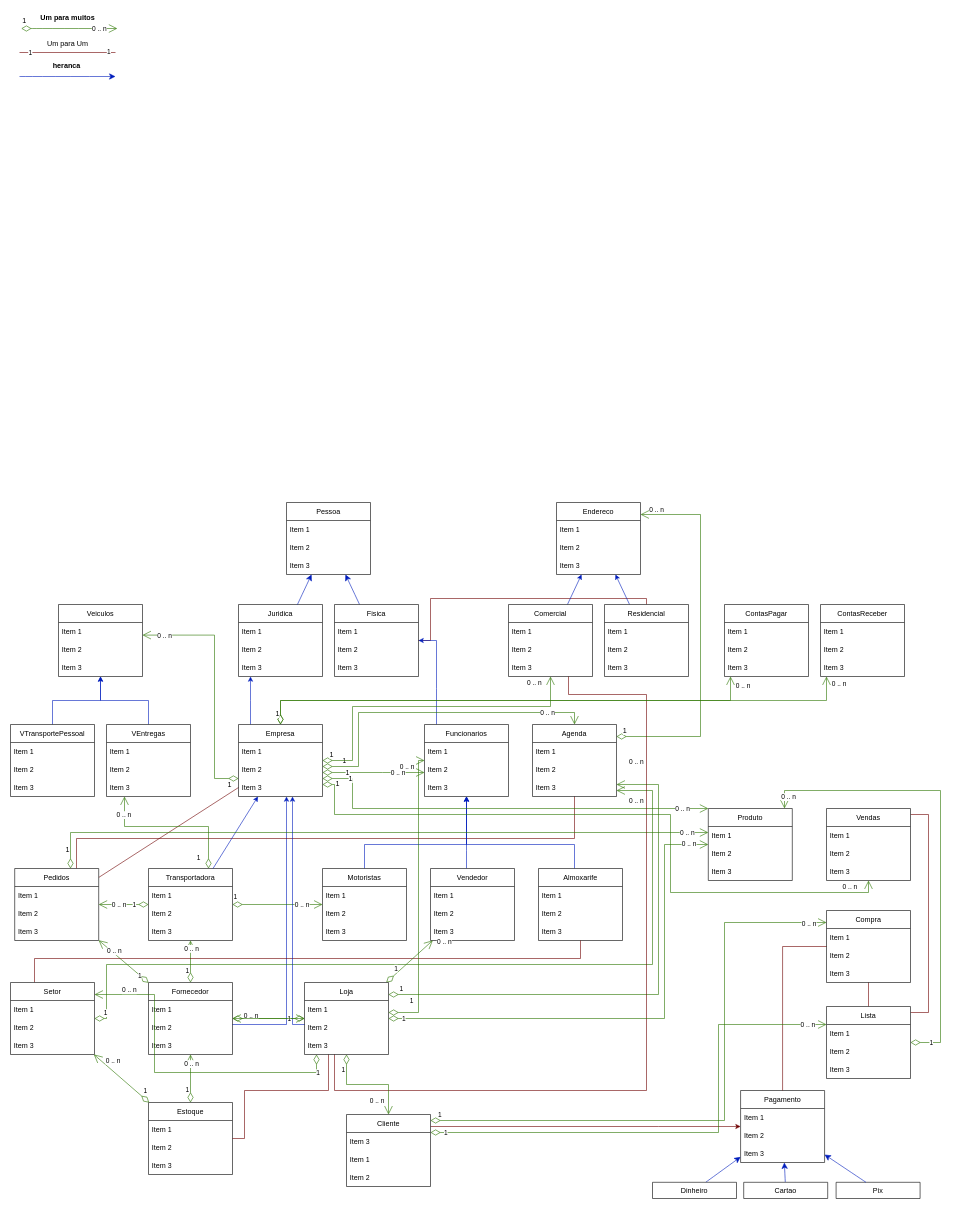
1Kibe/Diagramas keeps this draw.io diagram as Produtos naturais.drawio. Above is the earlier version. Source tidied: cells renumbered, new cells numbered last; positions are measured from the earlier drawing's top-left corner, leaving out a move shared by most shapes. Both pictures are drawn from the tidied source at 60%, with x=0, y=0 at pixel (10, 10).
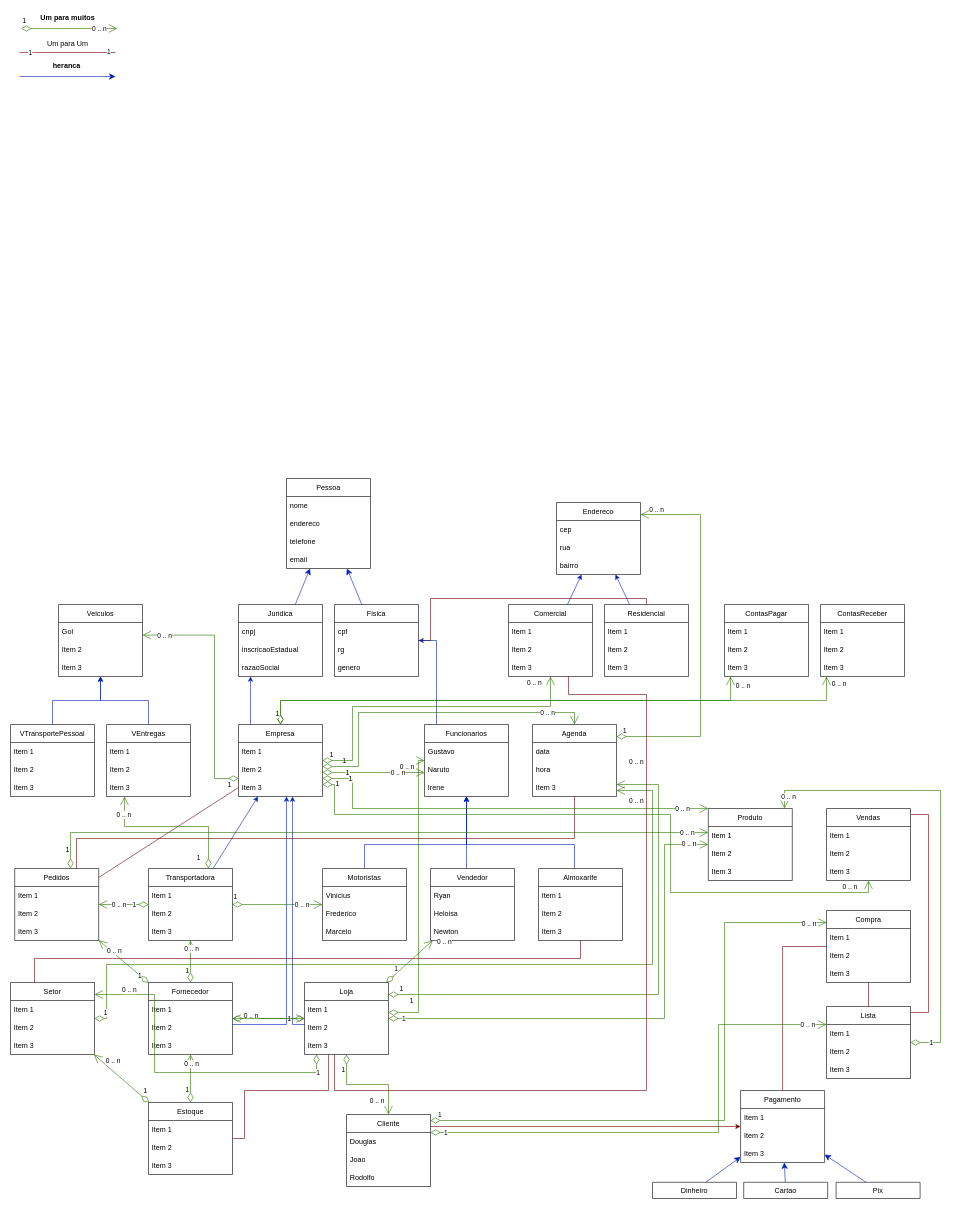
Above is the later version.

The change refers to these unchanged cells:
```xml
<mxCell id="11" value="Cliente" style="swimlane;fontStyle=0;horizontal=1;startSize=30;whiteSpace=wrap;html=1;" parent="1" vertex="1">
  <mxGeometry x="560" y="1840" width="140" height="120" as="geometry" />
</mxCell>
<mxCell id="61" value="Fisica" style="swimlane;fontStyle=0;horizontal=1;startSize=30;whiteSpace=wrap;html=1;" parent="1" vertex="1">
  <mxGeometry x="540" y="990" width="140" height="120" as="geometry" />
</mxCell>
<mxCell id="65" value="Juridica" style="swimlane;fontStyle=0;horizontal=1;startSize=30;whiteSpace=wrap;html=1;" parent="1" vertex="1">
  <mxGeometry x="380" y="990" width="140" height="120" as="geometry" />
</mxCell>
<mxCell id="76" value="Motoristas" style="swimlane;fontStyle=0;horizontal=1;startSize=30;whiteSpace=wrap;html=1;" parent="1" vertex="1">
  <mxGeometry x="520" y="1430" width="140" height="120" as="geometry" />
</mxCell>
<mxCell id="81" value="Funcionarios" style="swimlane;fontStyle=0;horizontal=1;startSize=30;whiteSpace=wrap;html=1;" parent="1" vertex="1">
  <mxGeometry x="690" y="1190" width="140" height="120" as="geometry" />
</mxCell>
<mxCell id="93" value="Vendedor" style="swimlane;fontStyle=0;horizontal=1;startSize=30;whiteSpace=wrap;html=1;" parent="1" vertex="1">
  <mxGeometry x="700" y="1430" width="140" height="120" as="geometry" />
</mxCell>
<mxCell id="104" value="Agenda" style="swimlane;fontStyle=0;horizontal=1;startSize=30;whiteSpace=wrap;html=1;perimeterSpacing=0;" parent="1" vertex="1">
  <mxGeometry x="870" y="1190" width="140" height="120" as="geometry" />
</mxCell>
<mxCell id="110" value="Veiculos" style="swimlane;fontStyle=0;horizontal=1;startSize=30;whiteSpace=wrap;html=1;" parent="1" vertex="1">
  <mxGeometry x="80" y="990" width="140" height="120" as="geometry" />
</mxCell>
<mxCell id="134" value="Endereco" style="swimlane;fontStyle=0;horizontal=1;startSize=30;whiteSpace=wrap;html=1;" parent="1" vertex="1">
  <mxGeometry x="910" y="820" width="140" height="120" as="geometry" />
</mxCell>
```

Change to the diagram source:
```diff
@@
-    <mxCell id="12" value="Item 3" style="text;strokeColor=none;fillColor=none;align=left;verticalAlign=middle;spacingLeft=4;spacingRight=4;overflow=hidden;whiteSpace=wrap;html=1;" parent="11" vertex="1">
+    <mxCell id="12" value="Douglas" style="text;strokeColor=none;fillColor=none;align=left;verticalAlign=middle;spacingLeft=4;spacingRight=4;overflow=hidden;whiteSpace=wrap;html=1;" parent="11" vertex="1">
       <mxGeometry y="30" width="140" height="30" as="geometry" />
     </mxCell>
-    <mxCell id="13" value="Item 1" style="text;strokeColor=none;fillColor=none;align=left;verticalAlign=middle;spacingLeft=4;spacingRight=4;overflow=hidden;whiteSpace=wrap;html=1;" parent="11" vertex="1">
+    <mxCell id="13" value="Joao" style="text;strokeColor=none;fillColor=none;align=left;verticalAlign=middle;spacingLeft=4;spacingRight=4;overflow=hidden;whiteSpace=wrap;html=1;" parent="11" vertex="1">
       <mxGeometry y="60" width="140" height="30" as="geometry" />
     </mxCell>
-    <mxCell id="14" value="Item 2" style="text;strokeColor=none;fillColor=none;align=left;verticalAlign=middle;spacingLeft=4;spacingRight=4;overflow=hidden;whiteSpace=wrap;html=1;" parent="11" vertex="1">
+    <mxCell id="14" value="Rodolfo" style="text;strokeColor=none;fillColor=none;align=left;verticalAlign=middle;spacingLeft=4;spacingRight=4;overflow=hidden;whiteSpace=wrap;html=1;" parent="11" vertex="1">
       <mxGeometry y="90" width="140" height="30" as="geometry" />
     </mxCell>
@@
     <mxCell id="55" value="Pessoa" style="swimlane;fontStyle=0;horizontal=1;startSize=30;whiteSpace=wrap;html=1;" parent="1" vertex="1">
-      <mxGeometry x="460" y="820" width="140" height="120" as="geometry" />
+      <mxGeometry x="460" y="780" width="140" height="150" as="geometry" />
     </mxCell>
-    <mxCell id="56" value="Item 1" style="text;strokeColor=none;fillColor=none;align=left;verticalAlign=middle;spacingLeft=4;spacingRight=4;overflow=hidden;whiteSpace=wrap;html=1;" parent="55" vertex="1">
+    <mxCell id="56" value="nome" style="text;strokeColor=none;fillColor=none;align=left;verticalAlign=middle;spacingLeft=4;spacingRight=4;overflow=hidden;whiteSpace=wrap;html=1;" parent="55" vertex="1">
       <mxGeometry y="30" width="140" height="30" as="geometry" />
     </mxCell>
-    <mxCell id="57" value="Item 2" style="text;strokeColor=none;fillColor=none;align=left;verticalAlign=middle;spacingLeft=4;spacingRight=4;overflow=hidden;whiteSpace=wrap;html=1;" parent="55" vertex="1">
+    <mxCell id="57" value="endereco" style="text;strokeColor=none;fillColor=none;align=left;verticalAlign=middle;spacingLeft=4;spacingRight=4;overflow=hidden;whiteSpace=wrap;html=1;" parent="55" vertex="1">
       <mxGeometry y="60" width="140" height="30" as="geometry" />
     </mxCell>
+    <mxCell id="216" value="telefone" style="text;strokeColor=none;fillColor=none;align=left;verticalAlign=middle;spacingLeft=4;spacingRight=4;overflow=hidden;whiteSpace=wrap;html=1;" parent="55" vertex="1">
+      <mxGeometry y="90" width="140" height="30" as="geometry" />
+    </mxCell>
-    <mxCell id="58" value="Item 3" style="text;strokeColor=none;fillColor=none;align=left;verticalAlign=middle;spacingLeft=4;spacingRight=4;overflow=hidden;whiteSpace=wrap;html=1;" parent="55" vertex="1">
-      <mxGeometry y="90" width="140" height="30" as="geometry" />
+    <mxCell id="58" value="email" style="text;strokeColor=none;fillColor=none;align=left;verticalAlign=middle;spacingLeft=4;spacingRight=4;overflow=hidden;whiteSpace=wrap;html=1;" parent="55" vertex="1">
+      <mxGeometry y="120" width="140" height="30" as="geometry" />
     </mxCell>
@@
-    <mxCell id="62" value="Item 1" style="text;strokeColor=none;fillColor=none;align=left;verticalAlign=middle;spacingLeft=4;spacingRight=4;overflow=hidden;whiteSpace=wrap;html=1;" parent="61" vertex="1">
+    <mxCell id="62" value="cpf" style="text;strokeColor=none;fillColor=none;align=left;verticalAlign=middle;spacingLeft=4;spacingRight=4;overflow=hidden;whiteSpace=wrap;html=1;" parent="61" vertex="1">
       <mxGeometry y="30" width="140" height="30" as="geometry" />
     </mxCell>
-    <mxCell id="63" value="Item 2" style="text;strokeColor=none;fillColor=none;align=left;verticalAlign=middle;spacingLeft=4;spacingRight=4;overflow=hidden;whiteSpace=wrap;html=1;" parent="61" vertex="1">
+    <mxCell id="63" value="rg" style="text;strokeColor=none;fillColor=none;align=left;verticalAlign=middle;spacingLeft=4;spacingRight=4;overflow=hidden;whiteSpace=wrap;html=1;" parent="61" vertex="1">
       <mxGeometry y="60" width="140" height="30" as="geometry" />
     </mxCell>
-    <mxCell id="64" value="Item 3" style="text;strokeColor=none;fillColor=none;align=left;verticalAlign=middle;spacingLeft=4;spacingRight=4;overflow=hidden;whiteSpace=wrap;html=1;" parent="61" vertex="1">
+    <mxCell id="64" value="genero" style="text;strokeColor=none;fillColor=none;align=left;verticalAlign=middle;spacingLeft=4;spacingRight=4;overflow=hidden;whiteSpace=wrap;html=1;" parent="61" vertex="1">
       <mxGeometry y="90" width="140" height="30" as="geometry" />
     </mxCell>
@@
-    <mxCell id="66" value="Item 1" style="text;strokeColor=none;fillColor=none;align=left;verticalAlign=middle;spacingLeft=4;spacingRight=4;overflow=hidden;whiteSpace=wrap;html=1;" parent="65" vertex="1">
+    <mxCell id="66" value="cnpj" style="text;strokeColor=none;fillColor=none;align=left;verticalAlign=middle;spacingLeft=4;spacingRight=4;overflow=hidden;whiteSpace=wrap;html=1;" parent="65" vertex="1">
       <mxGeometry y="30" width="140" height="30" as="geometry" />
     </mxCell>
-    <mxCell id="67" value="Item 2" style="text;strokeColor=none;fillColor=none;align=left;verticalAlign=middle;spacingLeft=4;spacingRight=4;overflow=hidden;whiteSpace=wrap;html=1;" parent="65" vertex="1">
+    <mxCell id="67" value="inscricaoEstadual" style="text;strokeColor=none;fillColor=none;align=left;verticalAlign=middle;spacingLeft=4;spacingRight=4;overflow=hidden;whiteSpace=wrap;html=1;" parent="65" vertex="1">
       <mxGeometry y="60" width="140" height="30" as="geometry" />
     </mxCell>
-    <mxCell id="68" value="Item 3" style="text;strokeColor=none;fillColor=none;align=left;verticalAlign=middle;spacingLeft=4;spacingRight=4;overflow=hidden;whiteSpace=wrap;html=1;" parent="65" vertex="1">
+    <mxCell id="68" value="razaoSocial" style="text;strokeColor=none;fillColor=none;align=left;verticalAlign=middle;spacingLeft=4;spacingRight=4;overflow=hidden;whiteSpace=wrap;html=1;" parent="65" vertex="1">
       <mxGeometry y="90" width="140" height="30" as="geometry" />
     </mxCell>
@@
-    <mxCell id="77" value="Item 1" style="text;strokeColor=none;fillColor=none;align=left;verticalAlign=middle;spacingLeft=4;spacingRight=4;overflow=hidden;whiteSpace=wrap;html=1;" parent="76" vertex="1">
+    <mxCell id="77" value="Vinicius" style="text;strokeColor=none;fillColor=none;align=left;verticalAlign=middle;spacingLeft=4;spacingRight=4;overflow=hidden;whiteSpace=wrap;html=1;" parent="76" vertex="1">
       <mxGeometry y="30" width="140" height="30" as="geometry" />
     </mxCell>
-    <mxCell id="78" value="Item 2" style="text;strokeColor=none;fillColor=none;align=left;verticalAlign=middle;spacingLeft=4;spacingRight=4;overflow=hidden;whiteSpace=wrap;html=1;" parent="76" vertex="1">
+    <mxCell id="78" value="Frederico" style="text;strokeColor=none;fillColor=none;align=left;verticalAlign=middle;spacingLeft=4;spacingRight=4;overflow=hidden;whiteSpace=wrap;html=1;" parent="76" vertex="1">
       <mxGeometry y="60" width="140" height="30" as="geometry" />
     </mxCell>
-    <mxCell id="79" value="Item 3" style="text;strokeColor=none;fillColor=none;align=left;verticalAlign=middle;spacingLeft=4;spacingRight=4;overflow=hidden;whiteSpace=wrap;html=1;" parent="76" vertex="1">
+    <mxCell id="79" value="Marcelo" style="text;strokeColor=none;fillColor=none;align=left;verticalAlign=middle;spacingLeft=4;spacingRight=4;overflow=hidden;whiteSpace=wrap;html=1;" parent="76" vertex="1">
       <mxGeometry y="90" width="140" height="30" as="geometry" />
     </mxCell>
@@
-    <mxCell id="82" value="Item 1" style="text;strokeColor=none;fillColor=none;align=left;verticalAlign=middle;spacingLeft=4;spacingRight=4;overflow=hidden;whiteSpace=wrap;html=1;" parent="81" vertex="1">
+    <mxCell id="82" value="Gustavo" style="text;strokeColor=none;fillColor=none;align=left;verticalAlign=middle;spacingLeft=4;spacingRight=4;overflow=hidden;whiteSpace=wrap;html=1;" parent="81" vertex="1">
       <mxGeometry y="30" width="140" height="30" as="geometry" />
     </mxCell>
-    <mxCell id="83" value="Item 2" style="text;strokeColor=none;fillColor=none;align=left;verticalAlign=middle;spacingLeft=4;spacingRight=4;overflow=hidden;whiteSpace=wrap;html=1;" parent="81" vertex="1">
+    <mxCell id="83" value="Naruto" style="text;strokeColor=none;fillColor=none;align=left;verticalAlign=middle;spacingLeft=4;spacingRight=4;overflow=hidden;whiteSpace=wrap;html=1;" parent="81" vertex="1">
       <mxGeometry y="60" width="140" height="30" as="geometry" />
     </mxCell>
-    <mxCell id="84" value="Item 3" style="text;strokeColor=none;fillColor=none;align=left;verticalAlign=middle;spacingLeft=4;spacingRight=4;overflow=hidden;whiteSpace=wrap;html=1;" parent="81" vertex="1">
+    <mxCell id="84" value="Irene" style="text;strokeColor=none;fillColor=none;align=left;verticalAlign=middle;spacingLeft=4;spacingRight=4;overflow=hidden;whiteSpace=wrap;html=1;" parent="81" vertex="1">
       <mxGeometry y="90" width="140" height="30" as="geometry" />
     </mxCell>
@@
-    <mxCell id="94" value="Item 1" style="text;strokeColor=none;fillColor=none;align=left;verticalAlign=middle;spacingLeft=4;spacingRight=4;overflow=hidden;whiteSpace=wrap;html=1;" parent="93" vertex="1">
+    <mxCell id="94" value="Ryan" style="text;strokeColor=none;fillColor=none;align=left;verticalAlign=middle;spacingLeft=4;spacingRight=4;overflow=hidden;whiteSpace=wrap;html=1;" parent="93" vertex="1">
       <mxGeometry y="30" width="140" height="30" as="geometry" />
     </mxCell>
-    <mxCell id="95" value="Item 2" style="text;strokeColor=none;fillColor=none;align=left;verticalAlign=middle;spacingLeft=4;spacingRight=4;overflow=hidden;whiteSpace=wrap;html=1;" parent="93" vertex="1">
+    <mxCell id="95" value="Heloisa" style="text;strokeColor=none;fillColor=none;align=left;verticalAlign=middle;spacingLeft=4;spacingRight=4;overflow=hidden;whiteSpace=wrap;html=1;" parent="93" vertex="1">
       <mxGeometry y="60" width="140" height="30" as="geometry" />
     </mxCell>
-    <mxCell id="96" value="Item 3" style="text;strokeColor=none;fillColor=none;align=left;verticalAlign=middle;spacingLeft=4;spacingRight=4;overflow=hidden;whiteSpace=wrap;html=1;" parent="93" vertex="1">
+    <mxCell id="96" value="Newton" style="text;strokeColor=none;fillColor=none;align=left;verticalAlign=middle;spacingLeft=4;spacingRight=4;overflow=hidden;whiteSpace=wrap;html=1;" parent="93" vertex="1">
       <mxGeometry y="90" width="140" height="30" as="geometry" />
     </mxCell>
@@
-    <mxCell id="105" value="Item 1" style="text;strokeColor=none;fillColor=none;align=left;verticalAlign=middle;spacingLeft=4;spacingRight=4;overflow=hidden;whiteSpace=wrap;html=1;" parent="104" vertex="1">
+    <mxCell id="105" value="data" style="text;strokeColor=none;fillColor=none;align=left;verticalAlign=middle;spacingLeft=4;spacingRight=4;overflow=hidden;whiteSpace=wrap;html=1;" parent="104" vertex="1">
       <mxGeometry y="30" width="140" height="30" as="geometry" />
     </mxCell>
-    <mxCell id="106" value="Item 2" style="text;strokeColor=none;fillColor=none;align=left;verticalAlign=middle;spacingLeft=4;spacingRight=4;overflow=hidden;whiteSpace=wrap;html=1;" parent="104" vertex="1">
+    <mxCell id="106" value="hora" style="text;strokeColor=none;fillColor=none;align=left;verticalAlign=middle;spacingLeft=4;spacingRight=4;overflow=hidden;whiteSpace=wrap;html=1;" parent="104" vertex="1">
       <mxGeometry y="60" width="140" height="30" as="geometry" />
     </mxCell>
@@
-    <mxCell id="111" value="Item 1" style="text;strokeColor=none;fillColor=none;align=left;verticalAlign=middle;spacingLeft=4;spacingRight=4;overflow=hidden;whiteSpace=wrap;html=1;" parent="110" vertex="1">
+    <mxCell id="111" value="Gol" style="text;strokeColor=none;fillColor=none;align=left;verticalAlign=middle;spacingLeft=4;spacingRight=4;overflow=hidden;whiteSpace=wrap;html=1;" parent="110" vertex="1">
       <mxGeometry y="30" width="140" height="30" as="geometry" />
     </mxCell>
@@
-    <mxCell id="135" value="Item 1" style="text;strokeColor=none;fillColor=none;align=left;verticalAlign=middle;spacingLeft=4;spacingRight=4;overflow=hidden;whiteSpace=wrap;html=1;" parent="134" vertex="1">
+    <mxCell id="135" value="cep" style="text;strokeColor=none;fillColor=none;align=left;verticalAlign=middle;spacingLeft=4;spacingRight=4;overflow=hidden;whiteSpace=wrap;html=1;" parent="134" vertex="1">
       <mxGeometry y="30" width="140" height="30" as="geometry" />
     </mxCell>
-    <mxCell id="136" value="Item 2" style="text;strokeColor=none;fillColor=none;align=left;verticalAlign=middle;spacingLeft=4;spacingRight=4;overflow=hidden;whiteSpace=wrap;html=1;" parent="134" vertex="1">
+    <mxCell id="136" value="rua" style="text;strokeColor=none;fillColor=none;align=left;verticalAlign=middle;spacingLeft=4;spacingRight=4;overflow=hidden;whiteSpace=wrap;html=1;" parent="134" vertex="1">
       <mxGeometry y="60" width="140" height="30" as="geometry" />
     </mxCell>
-    <mxCell id="137" value="Item 3" style="text;strokeColor=none;fillColor=none;align=left;verticalAlign=middle;spacingLeft=4;spacingRight=4;overflow=hidden;whiteSpace=wrap;html=1;" parent="134" vertex="1">
+    <mxCell id="137" value="bairro" style="text;strokeColor=none;fillColor=none;align=left;verticalAlign=middle;spacingLeft=4;spacingRight=4;overflow=hidden;whiteSpace=wrap;html=1;" parent="134" vertex="1">
       <mxGeometry y="90" width="140" height="30" as="geometry" />
     </mxCell>
```
